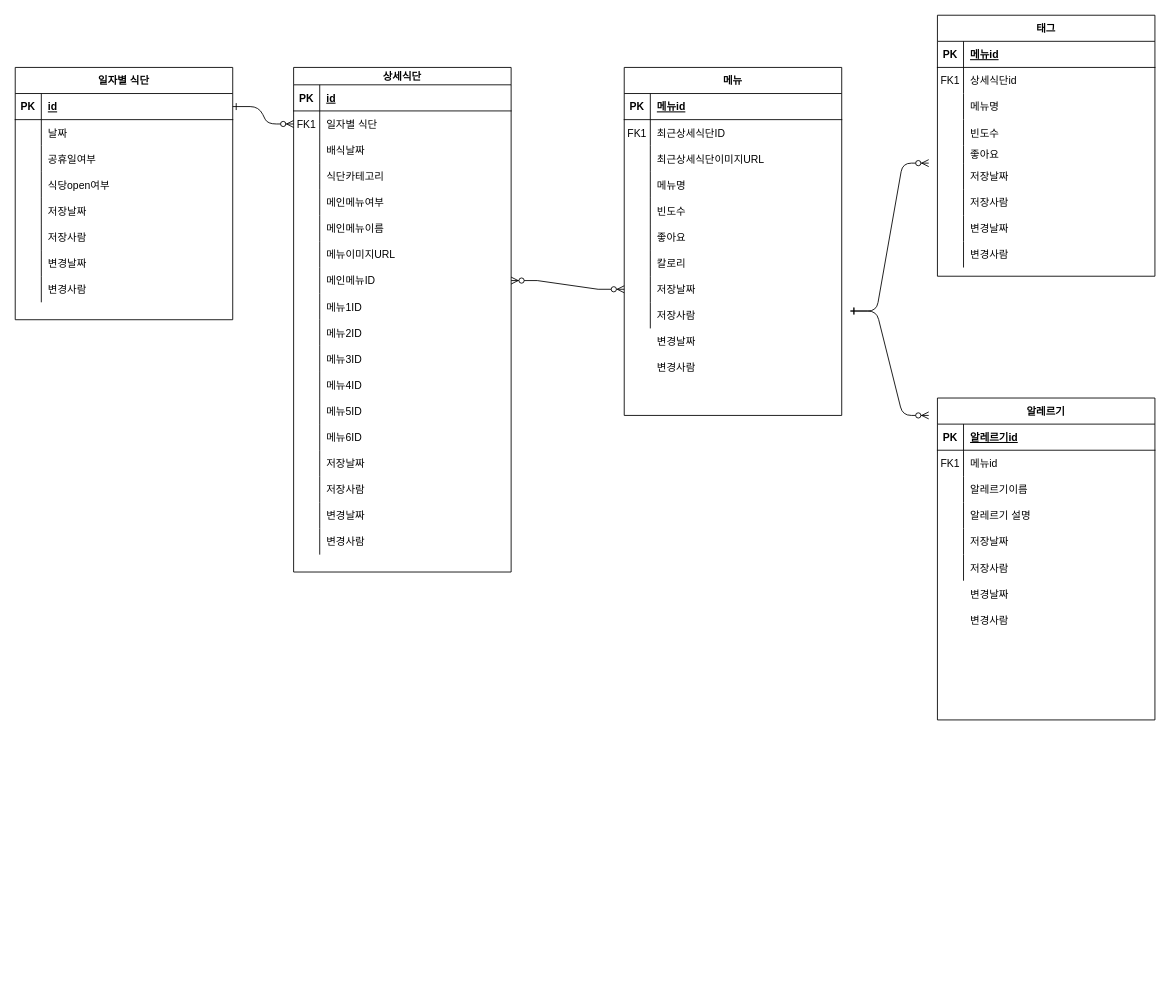
The draw.io diagram 제목 없는 다이어그램.drawio in meoku/MeokuDB-Schema, before the edit. Source tidied: cells renumbered, new cells numbered last; positions are measured from the earlier drawing's top-left corner, leaving out a move shared by most shapes. Both pictures are drawn from the tidied source at 87%, with x=0, y=0 at pixel (15, 15).
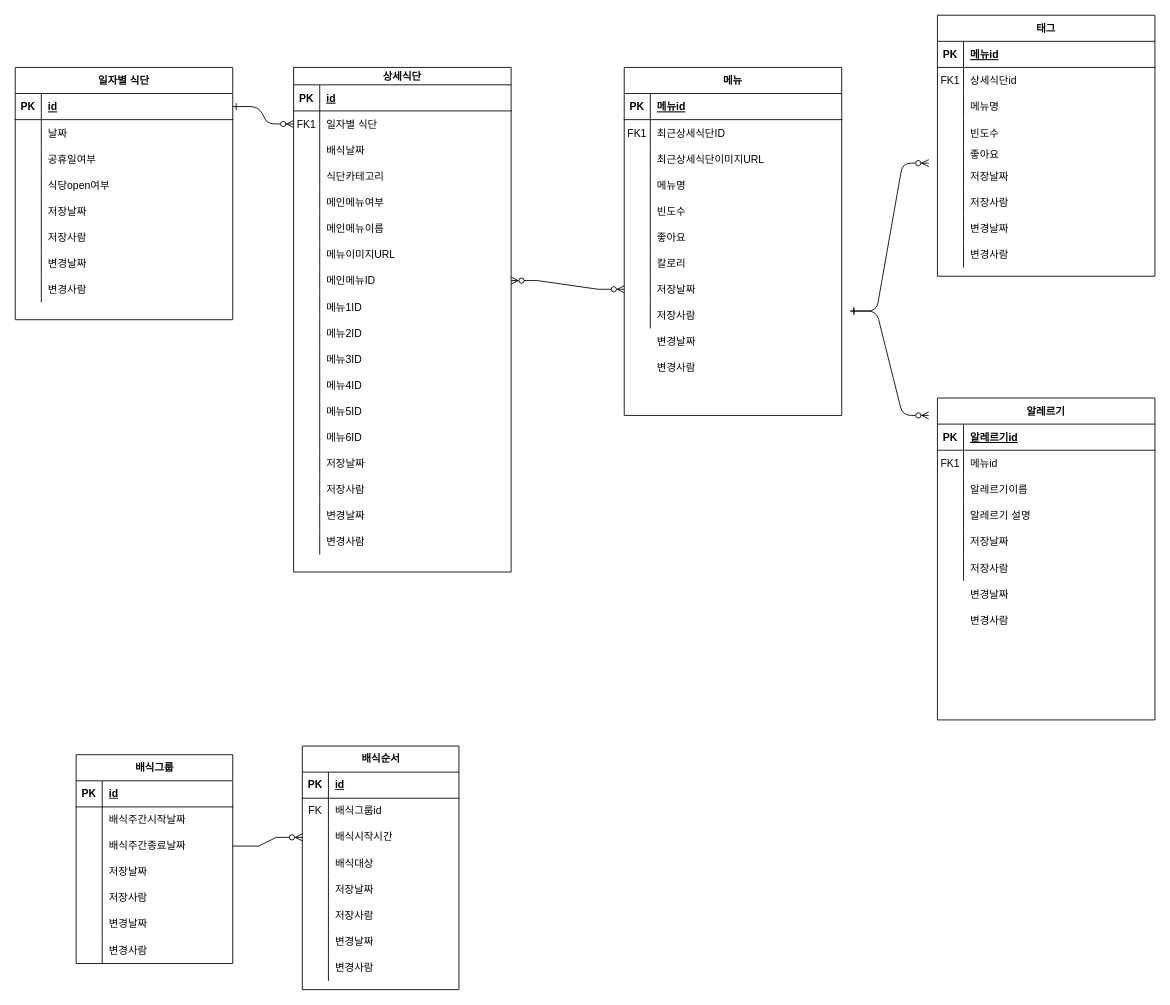
The same diagram, later.

Commit message:
배식순서 Table 추가

What changed in the source:
```diff
@@
+    <mxCell id="169" value="배식순서" style="shape=table;startSize=30;childLayout=tableLayout;rowLines=0;fontStyle=1;align=center;html=1;" parent="1" vertex="1">
+      <mxGeometry x="330" y="840" width="180" height="280" as="geometry" />
+    </mxCell>
+    <mxCell id="170" style="shape=tableRow;horizontal=0;startSize=0;swimlaneHead=0;swimlaneBody=0;fillColor=none;top=0;left=0;right=0;bottom=1;" parent="169" vertex="1">
+      <mxGeometry y="30" width="180" height="30" as="geometry" />
+    </mxCell>
+    <mxCell id="171" value="PK" style="shape=partialRectangle;fillColor=none;top=0;left=0;bottom=0;right=0;fontStyle=1;overflow=hidden;whiteSpace=wrap;html=1;" parent="170" vertex="1">
+      <mxGeometry width="30" height="30" as="geometry" />
+    </mxCell>
+    <mxCell id="172" value="id" style="shape=partialRectangle;fillColor=none;top=0;left=0;bottom=0;right=0;align=left;spacingLeft=6;fontStyle=5;overflow=hidden;whiteSpace=wrap;html=1;" parent="170" vertex="1">
+      <mxGeometry x="30" width="150" height="30" as="geometry" />
+    </mxCell>
+    <mxCell id="173" style="shape=tableRow;horizontal=0;startSize=0;swimlaneHead=0;swimlaneBody=0;fillColor=none;top=0;left=0;right=0;bottom=0;" parent="169" vertex="1">
+      <mxGeometry y="60" width="180" height="30" as="geometry" />
+    </mxCell>
+    <mxCell id="174" value="FK" style="shape=partialRectangle;fillColor=none;top=0;left=0;bottom=0;right=0;overflow=hidden;whiteSpace=wrap;html=1;" parent="173" vertex="1">
+      <mxGeometry width="30" height="30" as="geometry" />
+    </mxCell>
+    <mxCell id="175" value="배식그룹id" style="shape=partialRectangle;fillColor=none;top=0;left=0;bottom=0;right=0;align=left;spacingLeft=6;overflow=hidden;whiteSpace=wrap;html=1;" parent="173" vertex="1">
+      <mxGeometry x="30" width="150" height="30" as="geometry" />
+    </mxCell>
+    <mxCell id="176" style="shape=tableRow;horizontal=0;startSize=0;swimlaneHead=0;swimlaneBody=0;fillColor=none;points=[[0,0.5],[1,0.5]];portConstraint=eastwest;top=0;left=0;right=0;bottom=0;" parent="169" vertex="1">
+      <mxGeometry y="90" width="180" height="30" as="geometry" />
+    </mxCell>
+    <mxCell id="177" style="shape=partialRectangle;fillColor=none;top=0;left=0;bottom=0;right=0;overflow=hidden;whiteSpace=wrap;html=1;" parent="176" vertex="1">
+      <mxGeometry width="30" height="30" as="geometry" />
+    </mxCell>
+    <mxCell id="178" value="배식시작시간" style="shape=partialRectangle;fillColor=none;top=0;left=0;bottom=0;right=0;align=left;spacingLeft=6;overflow=hidden;whiteSpace=wrap;html=1;" parent="176" vertex="1">
+      <mxGeometry x="30" width="150" height="30" as="geometry" />
+    </mxCell>
+    <mxCell id="179" style="shape=tableRow;horizontal=0;startSize=0;swimlaneHead=0;swimlaneBody=0;fillColor=none;top=0;left=0;right=0;bottom=0;" parent="169" vertex="1">
+      <mxGeometry y="120" width="180" height="30" as="geometry" />
+    </mxCell>
+    <mxCell id="180" style="shape=partialRectangle;fillColor=none;top=0;left=0;bottom=0;right=0;overflow=hidden;whiteSpace=wrap;html=1;" parent="179" vertex="1">
+      <mxGeometry width="30" height="30" as="geometry" />
+    </mxCell>
+    <mxCell id="181" value="배식대상" style="shape=partialRectangle;fillColor=none;top=0;left=0;bottom=0;right=0;align=left;spacingLeft=6;overflow=hidden;whiteSpace=wrap;html=1;" parent="179" vertex="1">
+      <mxGeometry x="30" width="150" height="30" as="geometry" />
+    </mxCell>
+    <mxCell id="182" style="shape=tableRow;horizontal=0;startSize=0;swimlaneHead=0;swimlaneBody=0;fillColor=none;top=0;left=0;right=0;bottom=0;" parent="169" vertex="1">
+      <mxGeometry y="150" width="180" height="30" as="geometry" />
+    </mxCell>
+    <mxCell id="183" style="shape=partialRectangle;fillColor=none;top=0;left=0;bottom=0;right=0;overflow=hidden;whiteSpace=wrap;html=1;" parent="182" vertex="1">
+      <mxGeometry width="30" height="30" as="geometry" />
+    </mxCell>
+    <mxCell id="184" value="저장날짜" style="shape=partialRectangle;fillColor=none;top=0;left=0;bottom=0;right=0;align=left;spacingLeft=6;overflow=hidden;whiteSpace=wrap;html=1;" parent="182" vertex="1">
+      <mxGeometry x="30" width="150" height="30" as="geometry" />
+    </mxCell>
+    <mxCell id="185" style="shape=tableRow;horizontal=0;startSize=0;swimlaneHead=0;swimlaneBody=0;fillColor=none;top=0;left=0;right=0;bottom=0;" parent="169" vertex="1">
+      <mxGeometry y="180" width="180" height="30" as="geometry" />
+    </mxCell>
+    <mxCell id="186" style="shape=partialRectangle;fillColor=none;top=0;left=0;bottom=0;right=0;overflow=hidden;whiteSpace=wrap;html=1;" parent="185" vertex="1">
+      <mxGeometry width="30" height="30" as="geometry" />
+    </mxCell>
+    <mxCell id="187" value="저장사람" style="shape=partialRectangle;fillColor=none;top=0;left=0;bottom=0;right=0;align=left;spacingLeft=6;overflow=hidden;whiteSpace=wrap;html=1;" parent="185" vertex="1">
+      <mxGeometry x="30" width="150" height="30" as="geometry" />
+    </mxCell>
+    <mxCell id="188" style="shape=tableRow;horizontal=0;startSize=0;swimlaneHead=0;swimlaneBody=0;fillColor=none;top=0;left=0;right=0;bottom=0;" parent="169" vertex="1">
+      <mxGeometry y="210" width="180" height="30" as="geometry" />
+    </mxCell>
+    <mxCell id="189" style="shape=partialRectangle;fillColor=none;top=0;left=0;bottom=0;right=0;overflow=hidden;whiteSpace=wrap;html=1;" parent="188" vertex="1">
+      <mxGeometry width="30" height="30" as="geometry" />
+    </mxCell>
+    <mxCell id="190" value="변경날짜" style="shape=partialRectangle;fillColor=none;top=0;left=0;bottom=0;right=0;align=left;spacingLeft=6;overflow=hidden;whiteSpace=wrap;html=1;" parent="188" vertex="1">
+      <mxGeometry x="30" width="150" height="30" as="geometry" />
+    </mxCell>
+    <mxCell id="191" style="shape=tableRow;horizontal=0;startSize=0;swimlaneHead=0;swimlaneBody=0;fillColor=none;top=0;left=0;right=0;bottom=0;" parent="169" vertex="1">
+      <mxGeometry y="240" width="180" height="30" as="geometry" />
+    </mxCell>
+    <mxCell id="192" style="shape=partialRectangle;fillColor=none;top=0;left=0;bottom=0;right=0;overflow=hidden;whiteSpace=wrap;html=1;" parent="191" vertex="1">
+      <mxGeometry width="30" height="30" as="geometry" />
+    </mxCell>
+    <mxCell id="193" value="변경사람" style="shape=partialRectangle;fillColor=none;top=0;left=0;bottom=0;right=0;align=left;spacingLeft=6;overflow=hidden;whiteSpace=wrap;html=1;" parent="191" vertex="1">
+      <mxGeometry x="30" width="150" height="30" as="geometry" />
+    </mxCell>
+    <mxCell id="194" value="배식그룹" style="shape=table;startSize=30;childLayout=tableLayout;rowLines=0;fontStyle=1;align=center;html=1;" parent="1" vertex="1">
+      <mxGeometry x="70" y="850" width="180" height="240" as="geometry" />
+    </mxCell>
+    <mxCell id="195" style="shape=tableRow;horizontal=0;startSize=0;swimlaneHead=0;swimlaneBody=0;fillColor=none;top=0;left=0;right=0;bottom=1;" parent="194" vertex="1">
+      <mxGeometry y="30" width="180" height="30" as="geometry" />
+    </mxCell>
+    <mxCell id="196" value="PK" style="shape=partialRectangle;fillColor=none;top=0;left=0;bottom=0;right=0;fontStyle=1;overflow=hidden;whiteSpace=wrap;html=1;" parent="195" vertex="1">
+      <mxGeometry width="30" height="30" as="geometry" />
+    </mxCell>
+    <mxCell id="197" value="id" style="shape=partialRectangle;fillColor=none;top=0;left=0;bottom=0;right=0;align=left;spacingLeft=6;fontStyle=5;overflow=hidden;whiteSpace=wrap;html=1;" parent="195" vertex="1">
+      <mxGeometry x="30" width="150" height="30" as="geometry" />
+    </mxCell>
+    <mxCell id="198" style="shape=tableRow;horizontal=0;startSize=0;swimlaneHead=0;swimlaneBody=0;fillColor=none;top=0;left=0;right=0;bottom=0;" parent="194" vertex="1">
+      <mxGeometry y="60" width="180" height="30" as="geometry" />
+    </mxCell>
+    <mxCell id="199" style="shape=partialRectangle;fillColor=none;top=0;left=0;bottom=0;right=0;overflow=hidden;whiteSpace=wrap;html=1;" parent="198" vertex="1">
+      <mxGeometry width="30" height="30" as="geometry" />
+    </mxCell>
+    <mxCell id="200" value="배식주간시작날짜" style="shape=partialRectangle;fillColor=none;top=0;left=0;bottom=0;right=0;align=left;spacingLeft=6;overflow=hidden;whiteSpace=wrap;html=1;" parent="198" vertex="1">
+      <mxGeometry x="30" width="150" height="30" as="geometry" />
+    </mxCell>
+    <mxCell id="201" style="shape=tableRow;horizontal=0;startSize=0;swimlaneHead=0;swimlaneBody=0;fillColor=none;points=[[0,0.5],[1,0.5]];portConstraint=eastwest;top=0;left=0;right=0;bottom=0;" parent="194" vertex="1">
+      <mxGeometry y="90" width="180" height="30" as="geometry" />
+    </mxCell>
+    <mxCell id="202" style="shape=partialRectangle;fillColor=none;top=0;left=0;bottom=0;right=0;overflow=hidden;whiteSpace=wrap;html=1;" parent="201" vertex="1">
+      <mxGeometry width="30" height="30" as="geometry" />
+    </mxCell>
+    <mxCell id="203" value="배식주간종료날짜" style="shape=partialRectangle;fillColor=none;top=0;left=0;bottom=0;right=0;align=left;spacingLeft=6;overflow=hidden;whiteSpace=wrap;html=1;" parent="201" vertex="1">
+      <mxGeometry x="30" width="150" height="30" as="geometry" />
+    </mxCell>
+    <mxCell id="204" style="shape=tableRow;horizontal=0;startSize=0;swimlaneHead=0;swimlaneBody=0;fillColor=none;top=0;left=0;right=0;bottom=0;" parent="194" vertex="1">
+      <mxGeometry y="120" width="180" height="30" as="geometry" />
+    </mxCell>
+    <mxCell id="205" style="shape=partialRectangle;fillColor=none;top=0;left=0;bottom=0;right=0;overflow=hidden;whiteSpace=wrap;html=1;" parent="204" vertex="1">
+      <mxGeometry width="30" height="30" as="geometry" />
+    </mxCell>
+    <mxCell id="206" value="저장날짜" style="shape=partialRectangle;fillColor=none;top=0;left=0;bottom=0;right=0;align=left;spacingLeft=6;overflow=hidden;whiteSpace=wrap;html=1;" parent="204" vertex="1">
+      <mxGeometry x="30" width="150" height="30" as="geometry" />
+    </mxCell>
+    <mxCell id="207" style="shape=tableRow;horizontal=0;startSize=0;swimlaneHead=0;swimlaneBody=0;fillColor=none;top=0;left=0;right=0;bottom=0;" parent="194" vertex="1">
+      <mxGeometry y="150" width="180" height="30" as="geometry" />
+    </mxCell>
+    <mxCell id="208" style="shape=partialRectangle;fillColor=none;top=0;left=0;bottom=0;right=0;overflow=hidden;whiteSpace=wrap;html=1;" parent="207" vertex="1">
+      <mxGeometry width="30" height="30" as="geometry" />
+    </mxCell>
+    <mxCell id="209" value="저장사람" style="shape=partialRectangle;fillColor=none;top=0;left=0;bottom=0;right=0;align=left;spacingLeft=6;overflow=hidden;whiteSpace=wrap;html=1;" parent="207" vertex="1">
+      <mxGeometry x="30" width="150" height="30" as="geometry" />
+    </mxCell>
+    <mxCell id="210" style="shape=tableRow;horizontal=0;startSize=0;swimlaneHead=0;swimlaneBody=0;fillColor=none;top=0;left=0;right=0;bottom=0;" parent="194" vertex="1">
+      <mxGeometry y="180" width="180" height="30" as="geometry" />
+    </mxCell>
+    <mxCell id="211" style="shape=partialRectangle;fillColor=none;top=0;left=0;bottom=0;right=0;overflow=hidden;whiteSpace=wrap;html=1;" parent="210" vertex="1">
+      <mxGeometry width="30" height="30" as="geometry" />
+    </mxCell>
+    <mxCell id="212" value="변경날짜" style="shape=partialRectangle;fillColor=none;top=0;left=0;bottom=0;right=0;align=left;spacingLeft=6;overflow=hidden;whiteSpace=wrap;html=1;" parent="210" vertex="1">
+      <mxGeometry x="30" width="150" height="30" as="geometry" />
+    </mxCell>
+    <mxCell id="213" style="shape=tableRow;horizontal=0;startSize=0;swimlaneHead=0;swimlaneBody=0;fillColor=none;top=0;left=0;right=0;bottom=0;" parent="194" vertex="1">
+      <mxGeometry y="210" width="180" height="30" as="geometry" />
+    </mxCell>
+    <mxCell id="214" style="shape=partialRectangle;fillColor=none;top=0;left=0;bottom=0;right=0;overflow=hidden;whiteSpace=wrap;html=1;" parent="213" vertex="1">
+      <mxGeometry width="30" height="30" as="geometry" />
+    </mxCell>
+    <mxCell id="215" value="변경사람" style="shape=partialRectangle;fillColor=none;top=0;left=0;bottom=0;right=0;align=left;spacingLeft=6;overflow=hidden;whiteSpace=wrap;html=1;" parent="213" vertex="1">
+      <mxGeometry x="30" width="150" height="30" as="geometry" />
+    </mxCell>
+    <mxCell id="216" style="edgeStyle=entityRelationEdgeStyle;fontSize=12;html=1;endArrow=ERzeroToMany;endFill=1;rounded=0;exitX=1;exitY=0.5;exitDx=0;exitDy=0;entryX=0;entryY=0.5;entryDx=0;entryDy=0;" parent="1" edge="1" source="201" target="176">
+      <mxGeometry relative="1" as="geometry" />
+    </mxCell>
```
